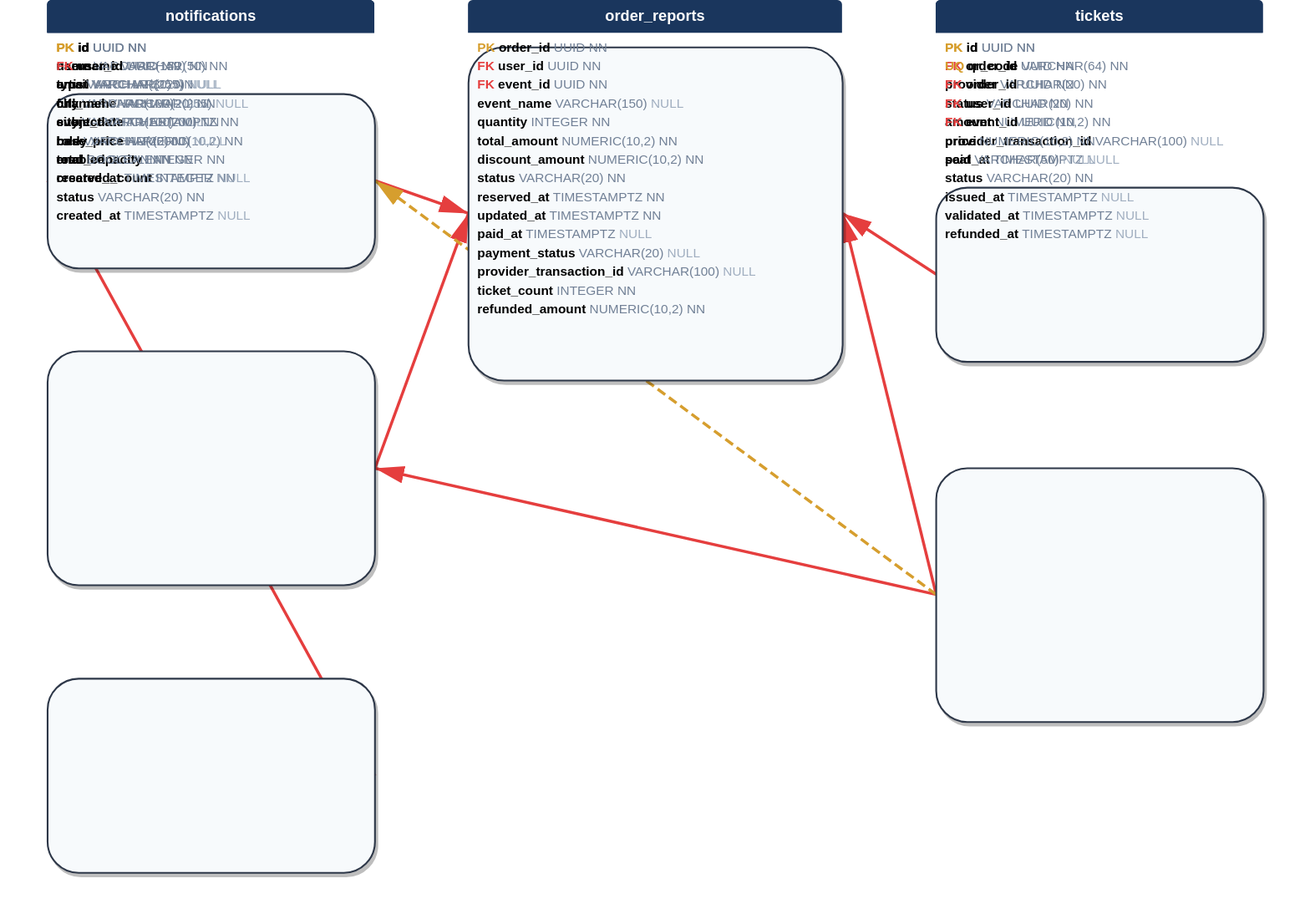
The draw.io diagram diagrams/db/ticketwave-aw-report.drawio.svg in Juanchoque1206/ticketwave-api-gateway, before a commit. Source tidied: cells renumbered, new cells last; positions are measured from the earlier drawing's top-left corner, leaving out a move shared by most shapes.
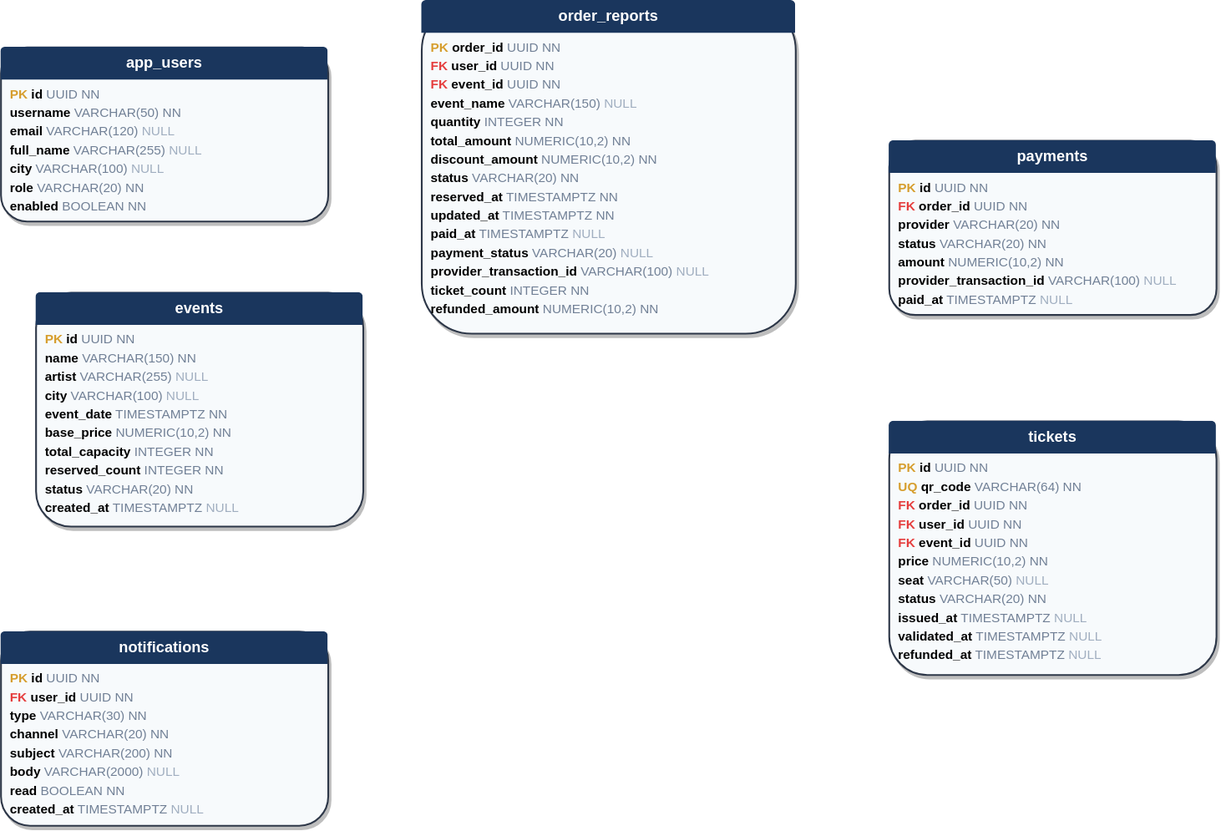
After the commit.

Diff of the diagram source:
```diff
@@ -5,7 +5,7 @@
       <mxGeometry x="40" y="80" width="280" height="149" as="geometry" />
     </mxCell>
     <mxCell id="2" value="&lt;div style=&quot;background:#1a365d;color:white;font-weight:bold;font-size:13px;text-align:center;padding:6px;border-radius:4px 4px 0 0;&quot;&gt;events&lt;/div&gt;&lt;div style=&quot;padding:4px 8px;font-size:11px;line-height:16px;text-align:left;&quot;&gt;&lt;b style=&quot;color:#d69e2e&quot;&gt;PK&lt;/b&gt; &lt;b&gt;id&lt;/b&gt; &lt;span style=&quot;color:#718096;&quot;&gt;UUID&lt;/span&gt; &lt;span style=&quot;color:#a0aec0;&quot;&gt;&lt;span style=&quot;color:#718096;&quot;&gt;NN&lt;/span&gt;&lt;/span&gt;&lt;br/&gt;&lt;b&gt;name&lt;/b&gt; &lt;span style=&quot;color:#718096;&quot;&gt;VARCHAR(150)&lt;/span&gt; &lt;span style=&quot;color:#a0aec0;&quot;&gt;&lt;span style=&quot;color:#718096;&quot;&gt;NN&lt;/span&gt;&lt;/span&gt;&lt;br/&gt;&lt;b&gt;artist&lt;/b&gt; &lt;span style=&quot;color:#718096;&quot;&gt;VARCHAR(255)&lt;/span&gt; &lt;span style=&quot;color:#a0aec0;&quot;&gt;&lt;span style=&quot;color:#a0aec0;&quot;&gt;NULL&lt;/span&gt;&lt;/span&gt;&lt;br/&gt;&lt;b&gt;city&lt;/b&gt; &lt;span style=&quot;color:#718096;&quot;&gt;VARCHAR(100)&lt;/span&gt; &lt;span style=&quot;color:#a0aec0;&quot;&gt;&lt;span style=&quot;color:#a0aec0;&quot;&gt;NULL&lt;/span&gt;&lt;/span&gt;&lt;br/&gt;&lt;b&gt;event_date&lt;/b&gt; &lt;span style=&quot;color:#718096;&quot;&gt;TIMESTAMPTZ&lt;/span&gt; &lt;span style=&quot;color:#a0aec0;&quot;&gt;&lt;span style=&quot;color:#718096;&quot;&gt;NN&lt;/span&gt;&lt;/span&gt;&lt;br/&gt;&lt;b&gt;base_price&lt;/b&gt; &lt;span style=&quot;color:#718096;&quot;&gt;NUMERIC(10,2)&lt;/span&gt; &lt;span style=&quot;color:#a0aec0;&quot;&gt;&lt;span style=&quot;color:#718096;&quot;&gt;NN&lt;/span&gt;&lt;/span&gt;&lt;br/&gt;&lt;b&gt;total_capacity&lt;/b&gt; &lt;span style=&quot;color:#718096;&quot;&gt;INTEGER&lt;/span&gt; &lt;span style=&quot;color:#a0aec0;&quot;&gt;&lt;span style=&quot;color:#718096;&quot;&gt;NN&lt;/span&gt;&lt;/span&gt;&lt;br/&gt;&lt;b&gt;reserved_count&lt;/b&gt; &lt;span style=&quot;color:#718096;&quot;&gt;INTEGER&lt;/span&gt; &lt;span style=&quot;color:#a0aec0;&quot;&gt;&lt;span style=&quot;color:#718096;&quot;&gt;NN&lt;/span&gt;&lt;/span&gt;&lt;br/&gt;&lt;b&gt;status&lt;/b&gt; &lt;span style=&quot;color:#718096;&quot;&gt;VARCHAR(20)&lt;/span&gt; &lt;span style=&quot;color:#a0aec0;&quot;&gt;&lt;span style=&quot;color:#718096;&quot;&gt;NN&lt;/span&gt;&lt;/span&gt;&lt;br/&gt;&lt;b&gt;created_at&lt;/b&gt; &lt;span style=&quot;color:#718096;&quot;&gt;TIMESTAMPTZ&lt;/span&gt; &lt;span style=&quot;color:#a0aec0;&quot;&gt;&lt;span style=&quot;color:#a0aec0;&quot;&gt;NULL&lt;/span&gt;&lt;/span&gt;&lt;br/&gt;&lt;/div&gt;" style="rounded=1;whiteSpace=wrap;html=1;overflow=fill;fillColor=#f7fafc;strokeColor=#2d3748;strokeWidth=1.5;fontSize=11;verticalAlign=top;shadow=1;" parent="0" vertex="1">
-      <mxGeometry x="40" y="300" width="280" height="200" as="geometry" />
+      <mxGeometry x="70" y="290" width="280" height="200" as="geometry" />
     </mxCell>
     <mxCell id="3" value="&lt;div style=&quot;background:#1a365d;color:white;font-weight:bold;font-size:13px;text-align:center;padding:6px;border-radius:4px 4px 0 0;&quot;&gt;notifications&lt;/div&gt;&lt;div style=&quot;padding:4px 8px;font-size:11px;line-height:16px;text-align:left;&quot;&gt;&lt;b style=&quot;color:#d69e2e&quot;&gt;PK&lt;/b&gt; &lt;b&gt;id&lt;/b&gt; &lt;span style=&quot;color:#718096;&quot;&gt;UUID&lt;/span&gt; &lt;span style=&quot;color:#a0aec0;&quot;&gt;&lt;span style=&quot;color:#718096;&quot;&gt;NN&lt;/span&gt;&lt;/span&gt;&lt;br/&gt;&lt;b style=&quot;color:#e53e3e&quot;&gt;FK&lt;/b&gt; &lt;b&gt;user_id&lt;/b&gt; &lt;span style=&quot;color:#718096;&quot;&gt;UUID&lt;/span&gt; &lt;span style=&quot;color:#a0aec0;&quot;&gt;&lt;span style=&quot;color:#718096;&quot;&gt;NN&lt;/span&gt;&lt;/span&gt;&lt;br/&gt;&lt;b&gt;type&lt;/b&gt; &lt;span style=&quot;color:#718096;&quot;&gt;VARCHAR(30)&lt;/span&gt; &lt;span style=&quot;color:#a0aec0;&quot;&gt;&lt;span style=&quot;color:#718096;&quot;&gt;NN&lt;/span&gt;&lt;/span&gt;&lt;br/&gt;&lt;b&gt;channel&lt;/b&gt; &lt;span style=&quot;color:#718096;&quot;&gt;VARCHAR(20)&lt;/span&gt; &lt;span style=&quot;color:#a0aec0;&quot;&gt;&lt;span style=&quot;color:#718096;&quot;&gt;NN&lt;/span&gt;&lt;/span&gt;&lt;br/&gt;&lt;b&gt;subject&lt;/b&gt; &lt;span style=&quot;color:#718096;&quot;&gt;VARCHAR(200)&lt;/span&gt; &lt;span style=&quot;color:#a0aec0;&quot;&gt;&lt;span style=&quot;color:#718096;&quot;&gt;NN&lt;/span&gt;&lt;/span&gt;&lt;br/&gt;&lt;b&gt;body&lt;/b&gt; &lt;span style=&quot;color:#718096;&quot;&gt;VARCHAR(2000)&lt;/span&gt; &lt;span style=&quot;color:#a0aec0;&quot;&gt;&lt;span style=&quot;color:#a0aec0;&quot;&gt;NULL&lt;/span&gt;&lt;/span&gt;&lt;br/&gt;&lt;b&gt;read&lt;/b&gt; &lt;span style=&quot;color:#718096;&quot;&gt;BOOLEAN&lt;/span&gt; &lt;span style=&quot;color:#a0aec0;&quot;&gt;&lt;span style=&quot;color:#718096;&quot;&gt;NN&lt;/span&gt;&lt;/span&gt;&lt;br/&gt;&lt;b&gt;created_at&lt;/b&gt; &lt;span style=&quot;color:#718096;&quot;&gt;TIMESTAMPTZ&lt;/span&gt; &lt;span style=&quot;color:#a0aec0;&quot;&gt;&lt;span style=&quot;color:#a0aec0;&quot;&gt;NULL&lt;/span&gt;&lt;/span&gt;&lt;br/&gt;&lt;/div&gt;" style="rounded=1;whiteSpace=wrap;html=1;overflow=fill;fillColor=#f7fafc;strokeColor=#2d3748;strokeWidth=1.5;fontSize=11;verticalAlign=top;shadow=1;" parent="0" vertex="1">
       <mxGeometry x="40" y="580" width="280" height="166" as="geometry" />
@@ -19,25 +19,25 @@
     <mxCell id="6" value="&lt;div style=&quot;background:#1a365d;color:white;font-weight:bold;font-size:13px;text-align:center;padding:6px;border-radius:4px 4px 0 0;&quot;&gt;tickets&lt;/div&gt;&lt;div style=&quot;padding:4px 8px;font-size:11px;line-height:16px;text-align:left;&quot;&gt;&lt;b style=&quot;color:#d69e2e&quot;&gt;PK&lt;/b&gt; &lt;b&gt;id&lt;/b&gt; &lt;span style=&quot;color:#718096;&quot;&gt;UUID&lt;/span&gt; &lt;span style=&quot;color:#a0aec0;&quot;&gt;&lt;span style=&quot;color:#718096;&quot;&gt;NN&lt;/span&gt;&lt;/span&gt;&lt;br/&gt;&lt;b style=&quot;color:#d69e2e&quot;&gt;UQ&lt;/b&gt; &lt;b&gt;qr_code&lt;/b&gt; &lt;span style=&quot;color:#718096;&quot;&gt;VARCHAR(64)&lt;/span&gt; &lt;span style=&quot;color:#a0aec0;&quot;&gt;&lt;span style=&quot;color:#718096;&quot;&gt;NN&lt;/span&gt;&lt;/span&gt;&lt;br/&gt;&lt;b style=&quot;color:#e53e3e&quot;&gt;FK&lt;/b&gt; &lt;b&gt;order_id&lt;/b&gt; &lt;span style=&quot;color:#718096;&quot;&gt;UUID&lt;/span&gt; &lt;span style=&quot;color:#a0aec0;&quot;&gt;&lt;span style=&quot;color:#718096;&quot;&gt;NN&lt;/span&gt;&lt;/span&gt;&lt;br/&gt;&lt;b style=&quot;color:#e53e3e&quot;&gt;FK&lt;/b&gt; &lt;b&gt;user_id&lt;/b&gt; &lt;span style=&quot;color:#718096;&quot;&gt;UUID&lt;/span&gt; &lt;span style=&quot;color:#a0aec0;&quot;&gt;&lt;span style=&quot;color:#718096;&quot;&gt;NN&lt;/span&gt;&lt;/span&gt;&lt;br/&gt;&lt;b style=&quot;color:#e53e3e&quot;&gt;FK&lt;/b&gt; &lt;b&gt;event_id&lt;/b&gt; &lt;span style=&quot;color:#718096;&quot;&gt;UUID&lt;/span&gt; &lt;span style=&quot;color:#a0aec0;&quot;&gt;&lt;span style=&quot;color:#718096;&quot;&gt;NN&lt;/span&gt;&lt;/span&gt;&lt;br/&gt;&lt;b&gt;price&lt;/b&gt; &lt;span style=&quot;color:#718096;&quot;&gt;NUMERIC(10,2)&lt;/span&gt; &lt;span style=&quot;color:#a0aec0;&quot;&gt;&lt;span style=&quot;color:#718096;&quot;&gt;NN&lt;/span&gt;&lt;/span&gt;&lt;br/&gt;&lt;b&gt;seat&lt;/b&gt; &lt;span style=&quot;color:#718096;&quot;&gt;VARCHAR(50)&lt;/span&gt; &lt;span style=&quot;color:#a0aec0;&quot;&gt;&lt;span style=&quot;color:#a0aec0;&quot;&gt;NULL&lt;/span&gt;&lt;/span&gt;&lt;br/&gt;&lt;b&gt;status&lt;/b&gt; &lt;span style=&quot;color:#718096;&quot;&gt;VARCHAR(20)&lt;/span&gt; &lt;span style=&quot;color:#a0aec0;&quot;&gt;&lt;span style=&quot;color:#718096;&quot;&gt;NN&lt;/span&gt;&lt;/span&gt;&lt;br/&gt;&lt;b&gt;issued_at&lt;/b&gt; &lt;span style=&quot;color:#718096;&quot;&gt;TIMESTAMPTZ&lt;/span&gt; &lt;span style=&quot;color:#a0aec0;&quot;&gt;&lt;span style=&quot;color:#a0aec0;&quot;&gt;NULL&lt;/span&gt;&lt;/span&gt;&lt;br/&gt;&lt;b&gt;validated_at&lt;/b&gt; &lt;span style=&quot;color:#718096;&quot;&gt;TIMESTAMPTZ&lt;/span&gt; &lt;span style=&quot;color:#a0aec0;&quot;&gt;&lt;span style=&quot;color:#a0aec0;&quot;&gt;NULL&lt;/span&gt;&lt;/span&gt;&lt;br/&gt;&lt;b&gt;refunded_at&lt;/b&gt; &lt;span style=&quot;color:#718096;&quot;&gt;TIMESTAMPTZ&lt;/span&gt; &lt;span style=&quot;color:#a0aec0;&quot;&gt;&lt;span style=&quot;color:#a0aec0;&quot;&gt;NULL&lt;/span&gt;&lt;/span&gt;&lt;br/&gt;&lt;/div&gt;" style="rounded=1;whiteSpace=wrap;html=1;overflow=fill;fillColor=#f7fafc;strokeColor=#2d3748;strokeWidth=1.5;fontSize=11;verticalAlign=top;shadow=1;" parent="0" vertex="1">
       <mxGeometry x="800" y="400" width="280" height="217" as="geometry" />
     </mxCell>
-    <mxCell id="7" value="many-to-one" style="edgeStyle=orthogonalEdgeStyle;html=1;strokeColor=#e53e3e;strokeWidth=2.5;fontSize=10;endArrow=none;startFill=0;" parent="0" edge="1" source="1" target="4">
+    <mxCell id="7" value="many-to-one" style="edgeStyle=orthogonalEdgeStyle;html=1;strokeColor=#2d3748;strokeWidth=1.5;fontSize=10;endArrow=none;startFill=0;" parent="0" edge="1" source="1" target="4">
       <mxGeometry relative="1" as="geometry" />
     </mxCell>
-    <mxCell id="8" value="many-to-one" style="edgeStyle=orthogonalEdgeStyle;html=1;strokeColor=#e53e3e;strokeWidth=2.5;fontSize=10;endArrow=none;startFill=0;" parent="0" edge="1" source="2" target="4">
+    <mxCell id="8" value="many-to-one" style="edgeStyle=orthogonalEdgeStyle;html=1;strokeColor=#2d3748;strokeWidth=1.5;fontSize=10;endArrow=none;startFill=0;" parent="0" edge="1" source="2" target="4">
       <mxGeometry relative="1" as="geometry" />
     </mxCell>
-    <mxCell id="9" value="many-to-one" style="edgeStyle=orthogonalEdgeStyle;html=1;strokeColor=#e53e3e;strokeWidth=2.5;fontSize=10;endArrow=none;startFill=0;" parent="0" edge="1" source="3" target="1">
+    <mxCell id="9" value="many-to-one" style="edgeStyle=orthogonalEdgeStyle;html=1;strokeColor=#2d3748;strokeWidth=1.5;fontSize=10;endArrow=none;startFill=0;" parent="0" edge="1" source="3" target="1">
       <mxGeometry relative="1" as="geometry" />
     </mxCell>
-    <mxCell id="10" value="many-to-one" style="edgeStyle=orthogonalEdgeStyle;html=1;strokeColor=#e53e3e;strokeWidth=2.5;fontSize=10;endArrow=none;startFill=0;" parent="0" edge="1" source="5" target="4">
+    <mxCell id="10" value="many-to-one" style="edgeStyle=orthogonalEdgeStyle;html=1;strokeColor=#2d3748;strokeWidth=1.5;fontSize=10;endArrow=none;startFill=0;" parent="0" edge="1" source="5" target="4">
       <mxGeometry relative="1" as="geometry" />
     </mxCell>
-    <mxCell id="11" value="many-to-one" style="edgeStyle=orthogonalEdgeStyle;html=1;strokeColor=#e53e3e;strokeWidth=2.5;fontSize=10;endArrow=none;startFill=0;" parent="0" edge="1" source="6" target="4">
+    <mxCell id="11" value="many-to-one" style="edgeStyle=orthogonalEdgeStyle;html=1;strokeColor=#2d3748;strokeWidth=1.5;fontSize=10;endArrow=none;startFill=0;" parent="0" edge="1" source="6" target="4">
       <mxGeometry relative="1" as="geometry" />
     </mxCell>
-    <mxCell id="12" value="many-to-one" style="edgeStyle=orthogonalEdgeStyle;html=1;strokeColor=#e53e3e;strokeWidth=2.5;fontSize=10;endArrow=none;startFill=0;" parent="0" edge="1" source="6" target="2">
+    <mxCell id="12" value="many-to-one" style="edgeStyle=orthogonalEdgeStyle;html=1;strokeColor=#2d3748;strokeWidth=1.5;fontSize=10;endArrow=none;startFill=0;" parent="0" edge="1" source="6" target="2">
       <mxGeometry relative="1" as="geometry" />
     </mxCell>
-    <mxCell id="13" value="scalar ref" style="edgeStyle=orthogonalEdgeStyle;html=1;strokeColor=#d69e2e;strokeWidth=2.5;fontSize=10;endArrow=none;startFill=0;" parent="0" edge="1" source="6" target="1">
+    <mxCell id="13" value="scalar ref" style="edgeStyle=orthogonalEdgeStyle;html=1;strokeColor=#2d3748;strokeWidth=1.5;fontSize=10;endArrow=none;startFill=0;" parent="0" edge="1" source="6" target="1">
       <mxGeometry relative="1" as="geometry" />
     </mxCell>
   </root>
```
